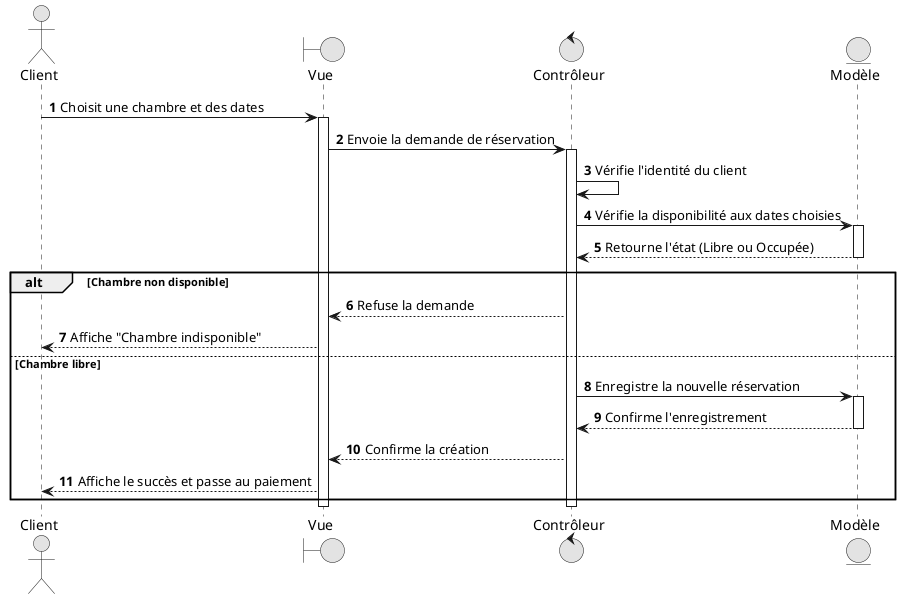
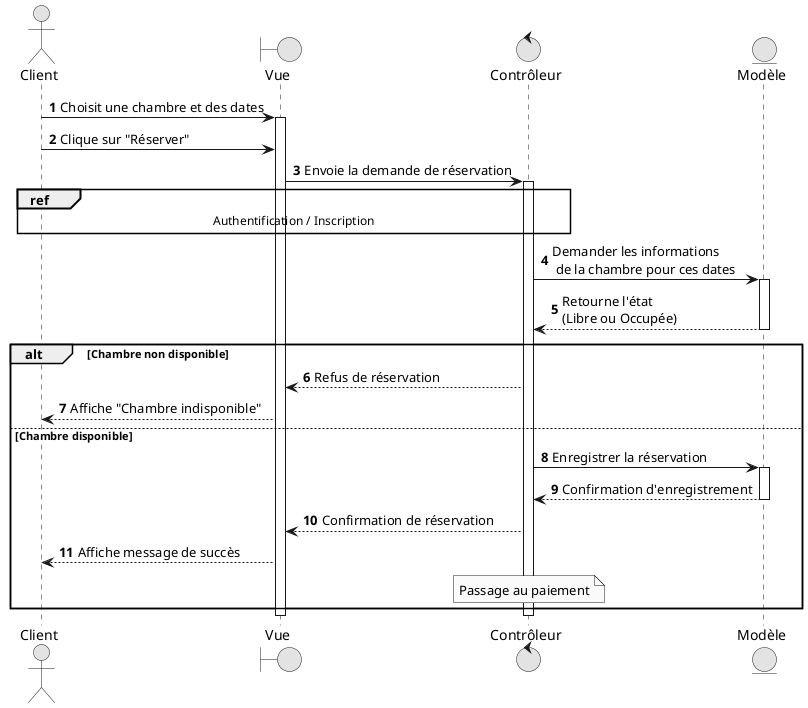
@startuml
skinparam monochrome true
skinparam shadowing false
autonumber

actor "Client" as client
boundary "Vue" as vue
control "Contrôleur" as ctrl
entity "Modèle" as model

client -> vue : Choisit une chambre et des dates
activate vue
+ 
+ client -> vue : Clique sur "Réserver"
vue -> ctrl : Envoie la demande de réservation
activate ctrl

- ctrl -> ctrl : Vérifie l'identité du client
- ctrl -> model : Vérifie la disponibilité aux dates choisies
+ ref over client,ctrl : Authentification / Inscription
+ 
+ ctrl -> model : Demander les informations\n de la chambre pour ces dates
activate model
- model --> ctrl : Retourne l'état (Libre ou Occupée)
+ model --> ctrl : Retourne l'état\n(Libre ou Occupée)
deactivate model

alt Chambre non disponible
-     ctrl --> vue : Refuse la demande
+     ctrl --> vue : Refus de réservation
    vue --> client : Affiche "Chambre indisponible"
- else Chambre libre
-     ctrl -> model : Enregistre la nouvelle réservation
+ 
+ else Chambre disponible
+ 
+     ctrl -> model : Enregistrer la réservation
    activate model
-     model --> ctrl : Confirme l'enregistrement
+     model --> ctrl : Confirmation d'enregistrement
    deactivate model
-     ctrl --> vue : Confirme la création
-     vue --> client : Affiche le succès et passe au paiement
+ 
+     ctrl --> vue : Confirmation de réservation
+     vue --> client : Affiche message de succès
+ 
+     note over ctrl : Passage au paiement
+ 
end

deactivate ctrl
deactivate vue
@enduml